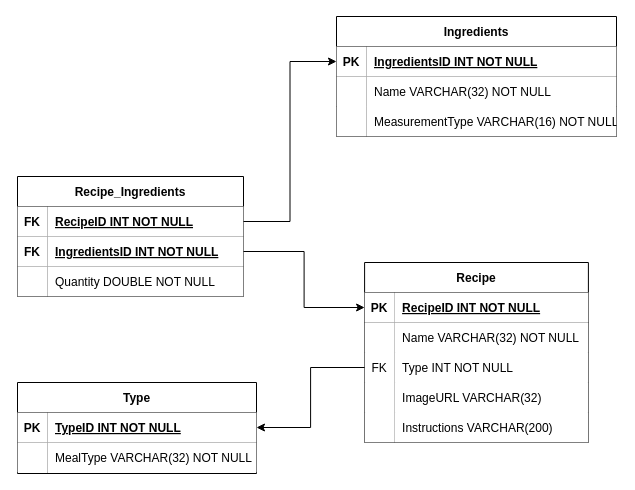
This is schemas/YumYumDatabase.drawio from jani-e/YumYumDataCreator, a draw.io file, before an edit. Source tidied: cells renumbered, new cells numbered last; positions are measured from the earlier drawing's top-left corner, leaving out a move shared by most shapes. Both pictures are drawn from the tidied source at 100%, with x=0, y=0 at pixel (17, 16).
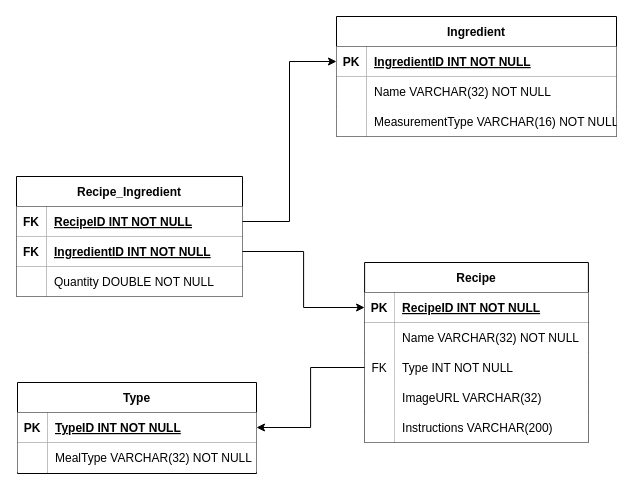
Above is the later version.

The change refers to these unchanged cells:
```xml
<mxCell id="27" style="shape=tableRow;horizontal=0;startSize=0;swimlaneHead=0;swimlaneBody=0;fillColor=none;points=[[0,0.5],[1,0.5]];portConstraint=eastwest;top=0;left=0;right=0;bottom=1;strokeColor=default;" parent="26" vertex="1">
  <mxGeometry y="30" width="280" height="30" as="geometry" />
</mxCell>
<mxCell id="40" style="shape=tableRow;horizontal=0;startSize=0;swimlaneHead=0;swimlaneBody=0;fillColor=none;points=[[0,0.5],[1,0.5]];portConstraint=eastwest;top=0;left=0;right=0;bottom=1;strokeColor=default;" parent="36" vertex="1">
  <mxGeometry y="60" width="226" height="30" as="geometry" />
</mxCell>
```

The edit, as a diff of the source:
```diff
@@
-    <mxCell id="26" value="Ingredients" style="shape=table;startSize=30;childLayout=tableLayout;rowLines=0;fontStyle=1;align=center;strokeColor=default;" parent="1" vertex="1">
+    <mxCell id="26" value="Ingredient" style="shape=table;startSize=30;childLayout=tableLayout;rowLines=0;fontStyle=1;align=center;strokeColor=default;" parent="1" vertex="1">
       <mxGeometry x="319" width="280" height="120" as="geometry" />
     </mxCell>
@@
-    <mxCell id="29" value="IngredientsID INT NOT NULL" style="shape=partialRectangle;fillColor=default;top=0;left=0;bottom=0;right=0;align=left;spacingLeft=6;fontStyle=5;overflow=hidden;strokeColor=default;" parent="27" vertex="1">
+    <mxCell id="29" value="IngredientID INT NOT NULL" style="shape=partialRectangle;fillColor=default;top=0;left=0;bottom=0;right=0;align=left;spacingLeft=6;fontStyle=5;overflow=hidden;strokeColor=default;" parent="27" vertex="1">
       <mxGeometry x="30" width="250" height="30" as="geometry" />
     </mxCell>
@@
-    <mxCell id="36" value="Recipe_Ingredients" style="shape=table;startSize=30;childLayout=tableLayout;rowLines=0;fontStyle=1;align=center;strokeColor=default;" parent="1" vertex="1">
-      <mxGeometry y="160" width="226" height="120" as="geometry" />
+    <mxCell id="36" value="Recipe_Ingredient" style="shape=table;startSize=30;childLayout=tableLayout;rowLines=0;fontStyle=1;align=center;strokeColor=default;" parent="1" vertex="1">
+      <mxGeometry x="-1" y="160" width="226" height="120" as="geometry" />
     </mxCell>
@@
-    <mxCell id="42" value="IngredientsID INT NOT NULL" style="shape=partialRectangle;fillColor=default;top=0;left=0;bottom=0;right=0;align=left;spacingLeft=6;fontStyle=5;overflow=hidden;strokeColor=default;" parent="40" vertex="1">
+    <mxCell id="42" value="IngredientID INT NOT NULL" style="shape=partialRectangle;fillColor=default;top=0;left=0;bottom=0;right=0;align=left;spacingLeft=6;fontStyle=5;overflow=hidden;strokeColor=default;" parent="40" vertex="1">
       <mxGeometry x="30" width="196" height="30" as="geometry" />
     </mxCell>
```
